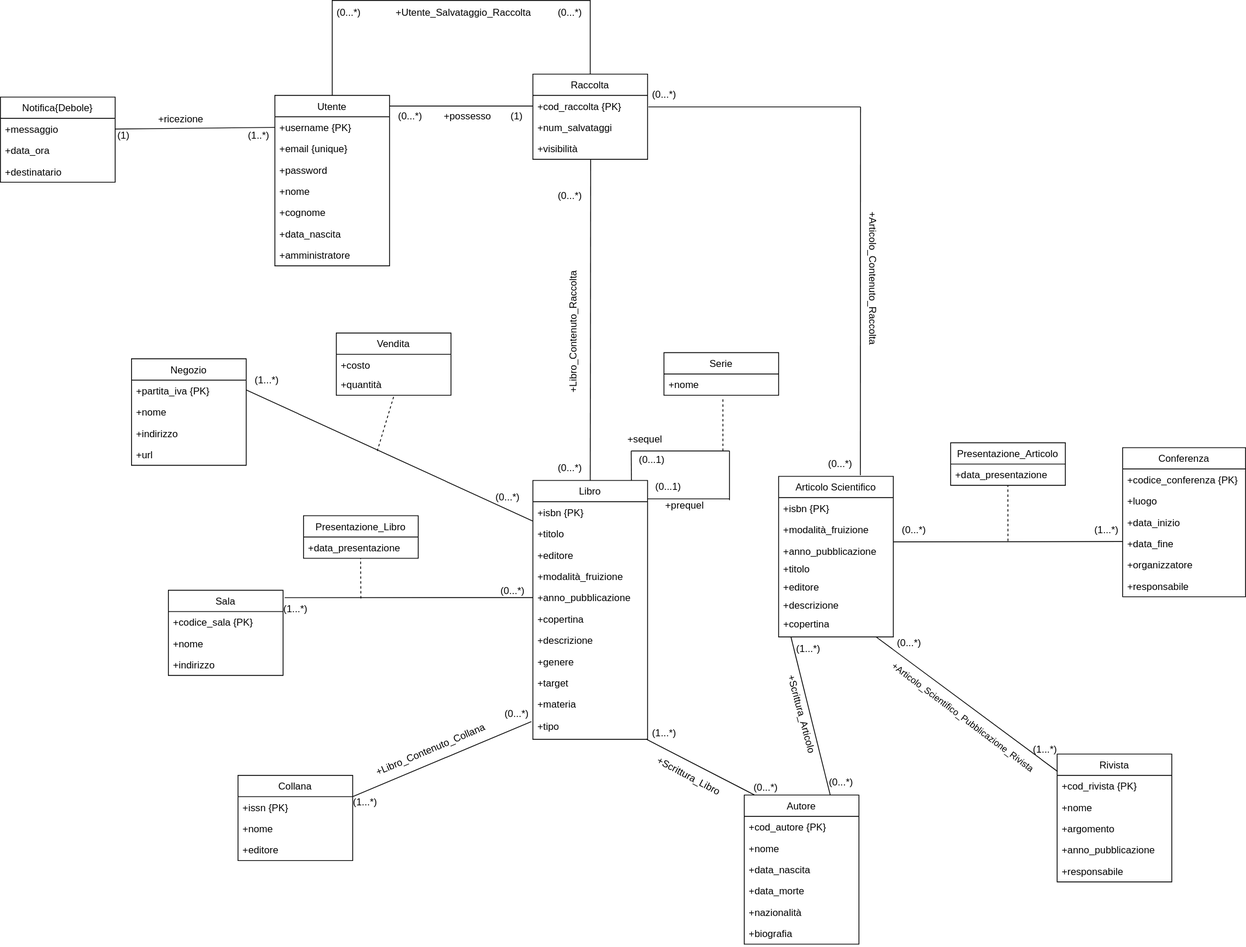
This is progettazione_concettuale/Modello_Concettuale_Ristrutturato.drawio.svg from m3tt0/Progetto_OB_BASI, a draw.io export, as it was before one commit. Source tidied: cells renumbered, new cells last; positions are measured from the earlier drawing's top-left corner, leaving out a move shared by most shapes.
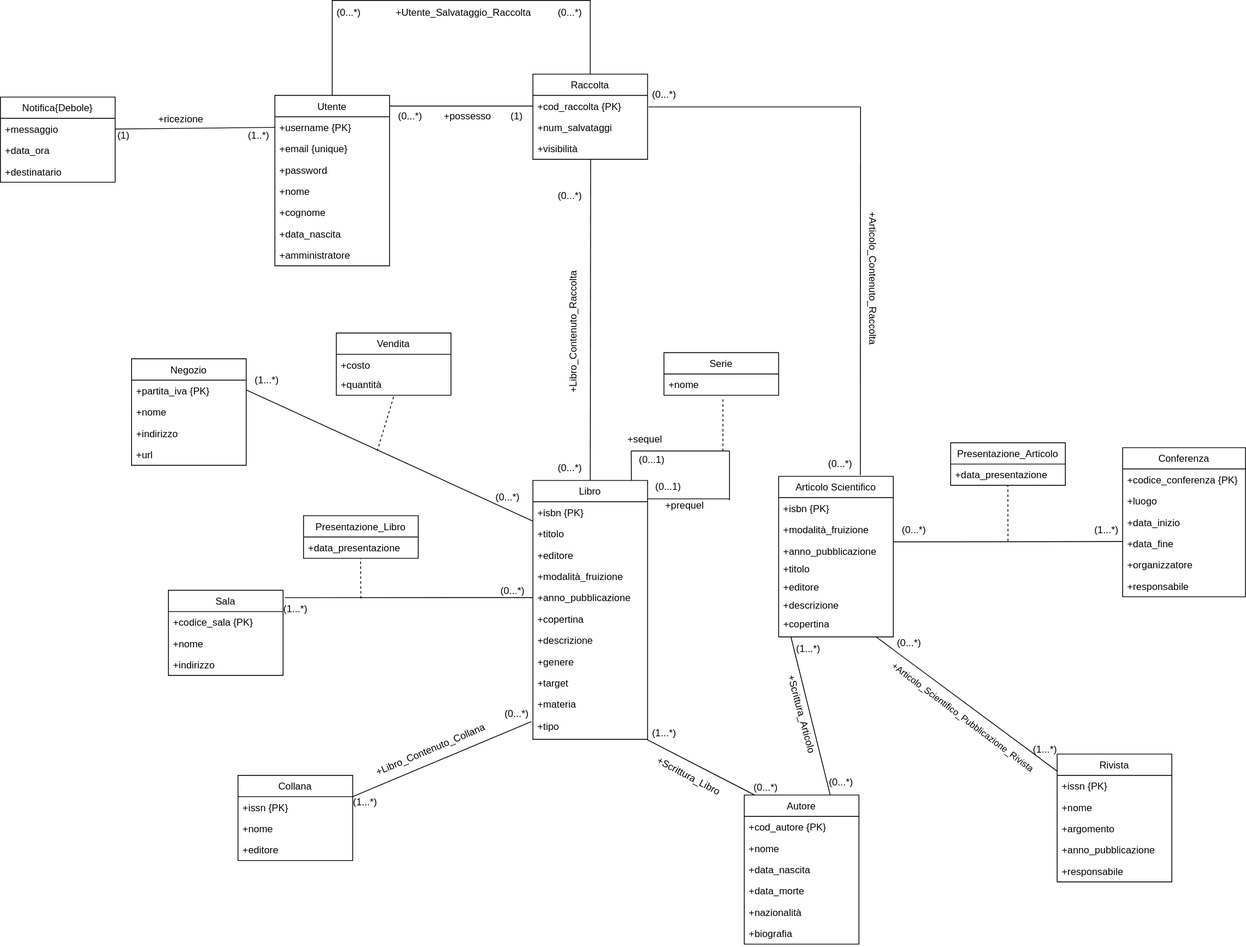
Above is the later version.

Change to the diagram source:
```diff
@@ -113,7 +113,7 @@
     <mxCell id="38" value="Rivista" style="swimlane;fontStyle=0;horizontal=1;startSize=26;fillColor=none;" parent="1" vertex="1">
       <mxGeometry x="1290" y="920" width="140" height="156" as="geometry" />
     </mxCell>
-    <mxCell id="39" value="+cod_rivista {PK}" style="text;strokeColor=none;fillColor=none;align=left;verticalAlign=top;spacingLeft=4;spacingRight=4;overflow=hidden;" parent="38" vertex="1">
+    <mxCell id="39" value="+issn {PK}" style="text;strokeColor=none;fillColor=none;align=left;verticalAlign=top;spacingLeft=4;spacingRight=4;overflow=hidden;" parent="38" vertex="1">
       <mxGeometry y="26" width="140" height="26" as="geometry" />
     </mxCell>
     <mxCell id="40" value="+nome" style="text;strokeColor=none;fillColor=none;align=left;verticalAlign=top;spacingLeft=4;spacingRight=4;overflow=hidden;fontStyle=0;" parent="38" vertex="1">
```
